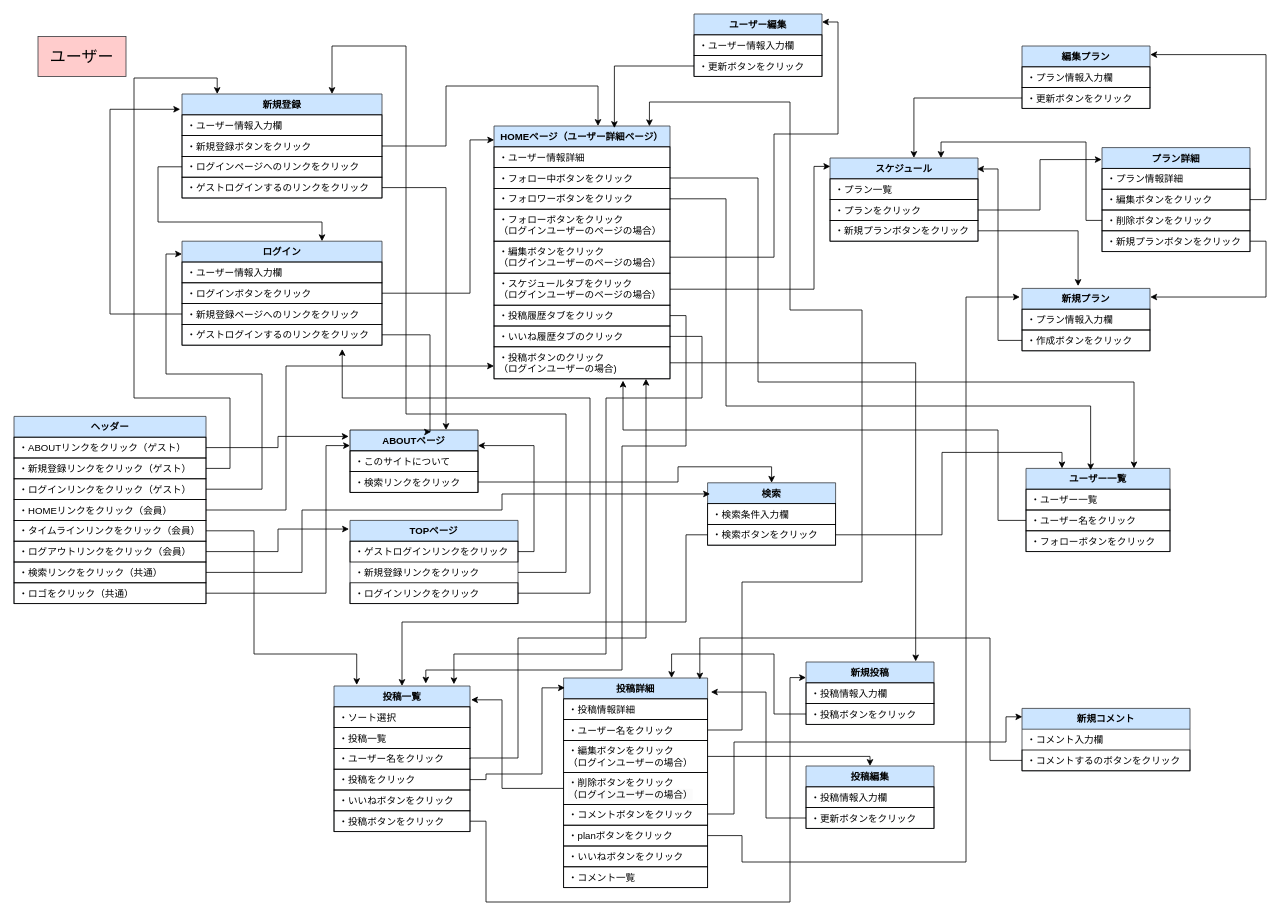
Above: page "user" (1 of 2) of ui_flows.drawio in JunkiYuasa/trip_planning (draw.io), before the change. Source tidied: cells renumbered, new cells numbered last; positions are measured from the earlier drawing's top-left corner, leaving out a move shared by most shapes. Both pictures are drawn from the tidied source at 80%, with x=0, y=0 at pixel (14, 14).
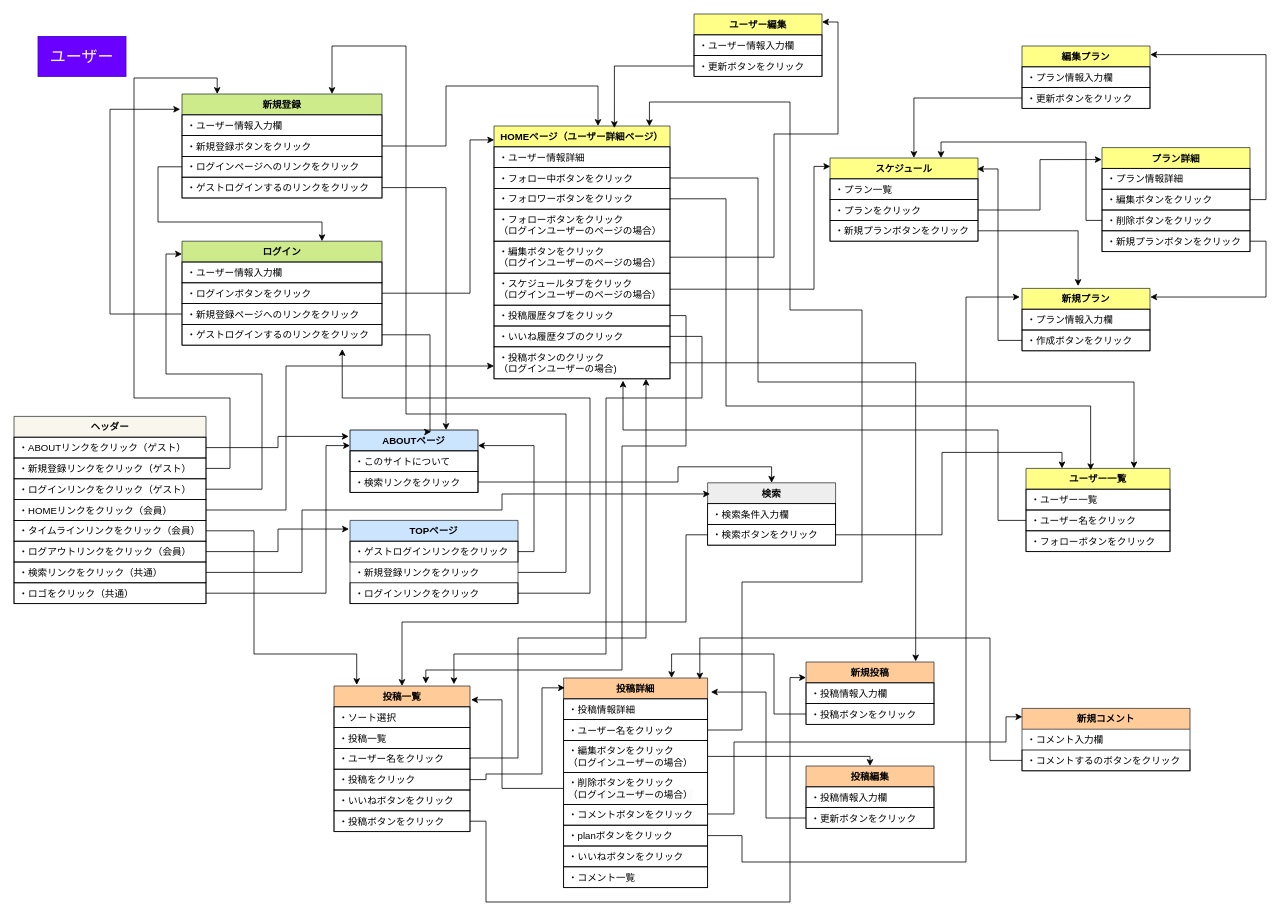
The same diagram, later.

The edit, as a diff of the source:
```diff
@@
-    <mxCell id="2" value="&lt;font style=&quot;font-size: 20px;&quot;&gt;ユーザー&lt;/font&gt;" style="html=1;whiteSpace=wrap;strokeColor=#36393d;align=center;verticalAlign=middle;spacingLeft=4;spacingRight=4;fontFamily=Helvetica;fontSize=12;fillColor=#ffcccc;" parent="1" vertex="1">
+    <mxCell id="2" value="&lt;font style=&quot;font-size: 20px;&quot;&gt;ユーザー&lt;/font&gt;" style="html=1;whiteSpace=wrap;align=center;verticalAlign=middle;spacingLeft=4;spacingRight=4;fontFamily=Helvetica;fontSize=12;fillColor=#6a00ff;strokeColor=#3700CC;fontColor=#ffffff;" parent="1" vertex="1">
       <mxGeometry x="30" y="28" width="110" height="50" as="geometry" />
     </mxCell>
@@
-    <mxCell id="7" value="ヘッダー" style="swimlane;fontStyle=1;align=center;verticalAlign=top;horizontal=1;startSize=26;whiteSpace=wrap;html=1;strokeColor=#36393d;spacingLeft=4;spacingRight=4;fontFamily=Helvetica;fontSize=12;fillColor=#cce5ff;" parent="1" vertex="1">
+    <mxCell id="7" value="ヘッダー" style="swimlane;fontStyle=1;align=center;verticalAlign=top;horizontal=1;startSize=26;whiteSpace=wrap;html=1;strokeColor=#36393d;spacingLeft=4;spacingRight=4;fontFamily=Helvetica;fontSize=12;fillColor=#f9f7ed;" parent="1" vertex="1">
       <mxGeometry y="503" width="240" height="234" as="geometry" />
     </mxCell>
@@
-    <mxCell id="16" value="新規登録" style="swimlane;fontStyle=1;align=center;verticalAlign=top;horizontal=1;startSize=26;whiteSpace=wrap;html=1;strokeColor=#36393d;spacingLeft=4;spacingRight=4;fontFamily=Helvetica;fontSize=12;fillColor=#cce5ff;" parent="1" vertex="1">
+    <mxCell id="16" value="新規登録" style="swimlane;fontStyle=1;align=center;verticalAlign=top;horizontal=1;startSize=26;whiteSpace=wrap;html=1;strokeColor=#36393d;spacingLeft=4;spacingRight=4;fontFamily=Helvetica;fontSize=12;fillColor=#cdeb8b;" parent="1" vertex="1">
       <mxGeometry x="210" y="100" width="250" height="130" as="geometry" />
     </mxCell>
@@
-    <mxCell id="24" value="ログイン" style="swimlane;fontStyle=1;align=center;verticalAlign=top;horizontal=1;startSize=26;whiteSpace=wrap;html=1;strokeColor=#36393d;spacingLeft=4;spacingRight=4;fontFamily=Helvetica;fontSize=12;fillColor=#cce5ff;" parent="1" vertex="1">
+    <mxCell id="24" value="ログイン" style="swimlane;fontStyle=1;align=center;verticalAlign=top;horizontal=1;startSize=26;whiteSpace=wrap;html=1;strokeColor=#36393d;spacingLeft=4;spacingRight=4;fontFamily=Helvetica;fontSize=12;fillColor=#cdeb8b;" parent="1" vertex="1">
       <mxGeometry x="210" y="284" width="250" height="130" as="geometry" />
     </mxCell>
@@
-    <mxCell id="29" value="HOMEページ（ユーザー詳細ページ）" style="swimlane;fontStyle=1;align=center;verticalAlign=top;horizontal=1;startSize=26;whiteSpace=wrap;html=1;strokeColor=#36393d;spacingLeft=4;spacingRight=4;fontFamily=Helvetica;fontSize=12;fillColor=#cce5ff;" parent="1" vertex="1">
+    <mxCell id="29" value="HOMEページ（ユーザー詳細ページ）" style="swimlane;fontStyle=1;align=center;verticalAlign=top;horizontal=1;startSize=26;whiteSpace=wrap;html=1;strokeColor=#36393d;spacingLeft=4;spacingRight=4;fontFamily=Helvetica;fontSize=12;fillColor=#ffff88;" parent="1" vertex="1">
       <mxGeometry x="600" y="140" width="220" height="316" as="geometry" />
     </mxCell>
@@
-    <mxCell id="39" value="投稿一覧" style="swimlane;fontStyle=1;align=center;verticalAlign=top;horizontal=1;startSize=26;whiteSpace=wrap;html=1;strokeColor=#36393d;spacingLeft=4;spacingRight=4;fontFamily=Helvetica;fontSize=12;fillColor=#cce5ff;" parent="1" vertex="1">
+    <mxCell id="39" value="投稿一覧" style="swimlane;fontStyle=1;align=center;verticalAlign=top;horizontal=1;startSize=26;whiteSpace=wrap;html=1;strokeColor=#36393d;spacingLeft=4;spacingRight=4;fontFamily=Helvetica;fontSize=12;fillColor=#ffcc99;" parent="1" vertex="1">
       <mxGeometry x="400" y="840" width="170" height="182" as="geometry" />
     </mxCell>
@@
-    <mxCell id="46" value="投稿詳細" style="swimlane;fontStyle=1;align=center;verticalAlign=top;horizontal=1;startSize=26;whiteSpace=wrap;html=1;strokeColor=#36393d;spacingLeft=4;spacingRight=4;fontFamily=Helvetica;fontSize=12;fillColor=#cce5ff;" parent="1" vertex="1">
+    <mxCell id="46" value="投稿詳細" style="swimlane;fontStyle=1;align=center;verticalAlign=top;horizontal=1;startSize=26;whiteSpace=wrap;html=1;strokeColor=#36393d;spacingLeft=4;spacingRight=4;fontFamily=Helvetica;fontSize=12;fillColor=#ffcc99;" parent="1" vertex="1">
       <mxGeometry x="687" y="830" width="180" height="262" as="geometry" />
     </mxCell>
@@
-    <mxCell id="55" value="投稿編集" style="swimlane;fontStyle=1;align=center;verticalAlign=top;horizontal=1;startSize=26;whiteSpace=wrap;html=1;strokeColor=#36393d;spacingLeft=4;spacingRight=4;fontFamily=Helvetica;fontSize=12;fillColor=#cce5ff;" parent="1" vertex="1">
+    <mxCell id="55" value="投稿編集" style="swimlane;fontStyle=1;align=center;verticalAlign=top;horizontal=1;startSize=26;whiteSpace=wrap;html=1;strokeColor=#36393d;spacingLeft=4;spacingRight=4;fontFamily=Helvetica;fontSize=12;fillColor=#ffcc99;" parent="1" vertex="1">
       <mxGeometry x="990" y="940" width="160" height="78" as="geometry" />
     </mxCell>
@@
-    <mxCell id="58" value="新規投稿" style="swimlane;fontStyle=1;align=center;verticalAlign=top;horizontal=1;startSize=26;whiteSpace=wrap;html=1;strokeColor=#36393d;spacingLeft=4;spacingRight=4;fontFamily=Helvetica;fontSize=12;fillColor=#cce5ff;" parent="1" vertex="1">
+    <mxCell id="58" value="新規投稿" style="swimlane;fontStyle=1;align=center;verticalAlign=top;horizontal=1;startSize=26;whiteSpace=wrap;html=1;strokeColor=#36393d;spacingLeft=4;spacingRight=4;fontFamily=Helvetica;fontSize=12;fillColor=#ffcc99;" parent="1" vertex="1">
       <mxGeometry x="990" y="810" width="160" height="78" as="geometry" />
     </mxCell>
@@
-    <mxCell id="61" value="ユーザー一覧" style="swimlane;fontStyle=1;align=center;verticalAlign=top;horizontal=1;startSize=26;whiteSpace=wrap;html=1;strokeColor=#36393d;spacingLeft=4;spacingRight=4;fontFamily=Helvetica;fontSize=12;fillColor=#cce5ff;" parent="1" vertex="1">
+    <mxCell id="61" value="ユーザー一覧" style="swimlane;fontStyle=1;align=center;verticalAlign=top;horizontal=1;startSize=26;whiteSpace=wrap;html=1;strokeColor=#36393d;spacingLeft=4;spacingRight=4;fontFamily=Helvetica;fontSize=12;fillColor=#ffff88;" parent="1" vertex="1">
       <mxGeometry x="1265" y="568" width="180" height="104" as="geometry" />
     </mxCell>
@@
-    <mxCell id="65" value="ユーザー編集" style="swimlane;fontStyle=1;align=center;verticalAlign=top;horizontal=1;startSize=26;whiteSpace=wrap;html=1;strokeColor=#36393d;spacingLeft=4;spacingRight=4;fontFamily=Helvetica;fontSize=12;fillColor=#cce5ff;" parent="1" vertex="1">
+    <mxCell id="65" value="ユーザー編集" style="swimlane;fontStyle=1;align=center;verticalAlign=top;horizontal=1;startSize=26;whiteSpace=wrap;html=1;strokeColor=#36393d;spacingLeft=4;spacingRight=4;fontFamily=Helvetica;fontSize=12;fillColor=#ffff88;" parent="1" vertex="1">
       <mxGeometry x="850" width="160" height="78" as="geometry" />
     </mxCell>
@@
-    <mxCell id="68" value="スケジュール" style="swimlane;fontStyle=1;align=center;verticalAlign=top;horizontal=1;startSize=26;whiteSpace=wrap;html=1;strokeColor=#36393d;spacingLeft=4;spacingRight=4;fontFamily=Helvetica;fontSize=12;fillColor=#cce5ff;" parent="1" vertex="1">
+    <mxCell id="68" value="スケジュール" style="swimlane;fontStyle=1;align=center;verticalAlign=top;horizontal=1;startSize=26;whiteSpace=wrap;html=1;strokeColor=#36393d;spacingLeft=4;spacingRight=4;fontFamily=Helvetica;fontSize=12;fillColor=#ffff88;" parent="1" vertex="1">
       <mxGeometry x="1020" y="180" width="185" height="104" as="geometry" />
     </mxCell>
@@
-    <mxCell id="72" value="編集プラン" style="swimlane;fontStyle=1;align=center;verticalAlign=top;horizontal=1;startSize=26;whiteSpace=wrap;html=1;strokeColor=#36393d;spacingLeft=4;spacingRight=4;fontFamily=Helvetica;fontSize=12;fillColor=#cce5ff;" parent="1" vertex="1">
+    <mxCell id="72" value="編集プラン" style="swimlane;fontStyle=1;align=center;verticalAlign=top;horizontal=1;startSize=26;whiteSpace=wrap;html=1;strokeColor=#36393d;spacingLeft=4;spacingRight=4;fontFamily=Helvetica;fontSize=12;fillColor=#ffff88;" parent="1" vertex="1">
       <mxGeometry x="1260" y="40" width="160" height="78" as="geometry" />
     </mxCell>
@@
-    <mxCell id="75" value="新規プラン" style="swimlane;fontStyle=1;align=center;verticalAlign=top;horizontal=1;startSize=26;whiteSpace=wrap;html=1;strokeColor=#36393d;spacingLeft=4;spacingRight=4;fontFamily=Helvetica;fontSize=12;fillColor=#cce5ff;" parent="1" vertex="1">
+    <mxCell id="75" value="新規プラン" style="swimlane;fontStyle=1;align=center;verticalAlign=top;horizontal=1;startSize=26;whiteSpace=wrap;html=1;strokeColor=#36393d;spacingLeft=4;spacingRight=4;fontFamily=Helvetica;fontSize=12;fillColor=#ffff88;" parent="1" vertex="1">
       <mxGeometry x="1260" y="343" width="160" height="78" as="geometry" />
     </mxCell>
@@
-    <mxCell id="78" value="プラン詳細" style="swimlane;fontStyle=1;align=center;verticalAlign=top;horizontal=1;startSize=26;whiteSpace=wrap;html=1;strokeColor=#36393d;spacingLeft=4;spacingRight=4;fontFamily=Helvetica;fontSize=12;fillColor=#cce5ff;" parent="1" vertex="1">
+    <mxCell id="78" value="プラン詳細" style="swimlane;fontStyle=1;align=center;verticalAlign=top;horizontal=1;startSize=26;whiteSpace=wrap;html=1;strokeColor=#36393d;spacingLeft=4;spacingRight=4;fontFamily=Helvetica;fontSize=12;fillColor=#ffff88;" parent="1" vertex="1">
       <mxGeometry x="1360" y="167" width="185" height="130" as="geometry" />
     </mxCell>
@@
-    <mxCell id="83" value="検索" style="swimlane;fontStyle=1;align=center;verticalAlign=top;horizontal=1;startSize=26;whiteSpace=wrap;html=1;strokeColor=#36393d;spacingLeft=4;spacingRight=4;fontFamily=Helvetica;fontSize=12;fillColor=#cce5ff;" parent="1" vertex="1">
+    <mxCell id="83" value="検索" style="swimlane;fontStyle=1;align=center;verticalAlign=top;horizontal=1;startSize=26;whiteSpace=wrap;html=1;strokeColor=#36393d;spacingLeft=4;spacingRight=4;fontFamily=Helvetica;fontSize=12;fillColor=#eeeeee;" parent="1" vertex="1">
       <mxGeometry x="867" y="586" width="160" height="78" as="geometry" />
     </mxCell>
@@
-    <mxCell id="86" value="新規コメント" style="swimlane;fontStyle=1;align=center;verticalAlign=top;horizontal=1;startSize=26;whiteSpace=wrap;html=1;strokeColor=#36393d;spacingLeft=4;spacingRight=4;fontFamily=Helvetica;fontSize=12;fillColor=#cce5ff;" parent="1" vertex="1">
+    <mxCell id="86" value="新規コメント" style="swimlane;fontStyle=1;align=center;verticalAlign=top;horizontal=1;startSize=26;whiteSpace=wrap;html=1;strokeColor=#36393d;spacingLeft=4;spacingRight=4;fontFamily=Helvetica;fontSize=12;fillColor=#ffcc99;" parent="1" vertex="1">
       <mxGeometry x="1260" y="868" width="210" height="78" as="geometry" />
     </mxCell>
```
